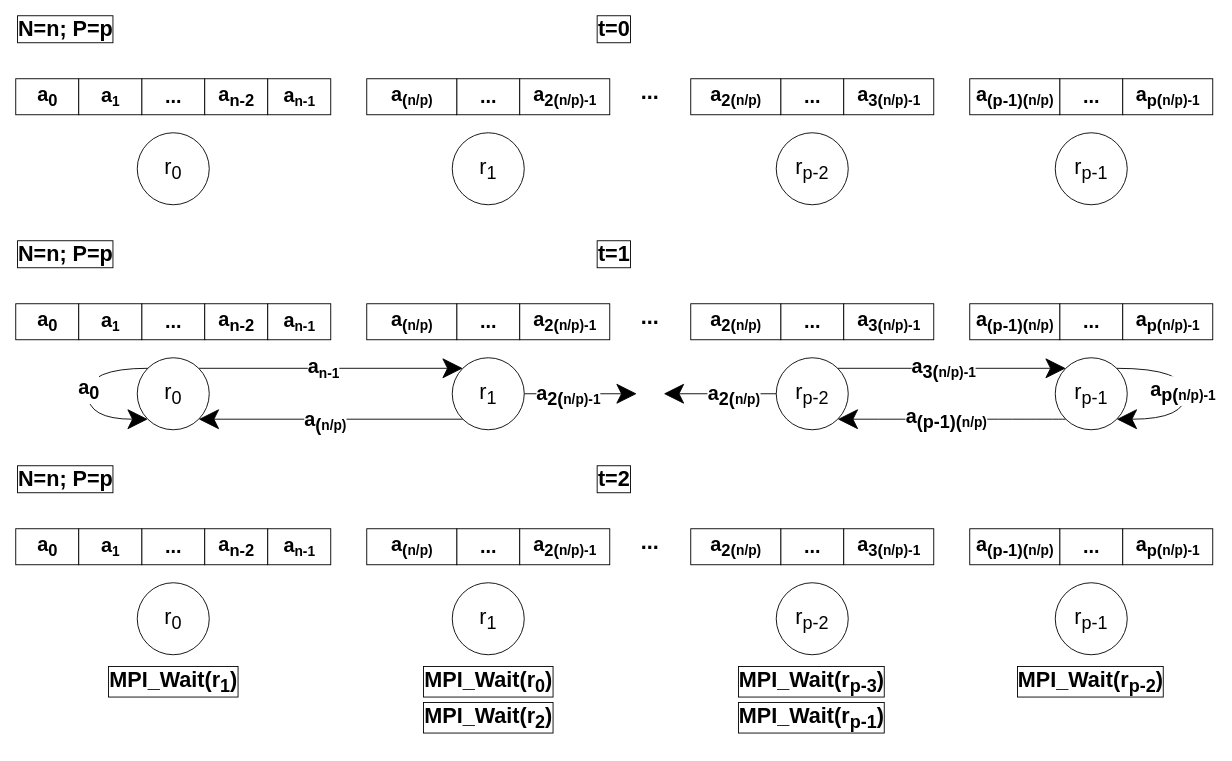
Before: page "Simple" (2 of 2) of proseminar/02/02_heat_stencil_1D/diagrams/parallelization_strategy.drawio in sebastianbergner/HPC_Stefan_Sebastian, a draw.io diagram. Source tidied: cells renumbered, new cells numbered last; positions are measured from the earlier drawing's top-left corner, leaving out a move shared by most shapes. Both pictures are drawn from the tidied source at 90%, with x=0, y=0 at pixel (15, 15).
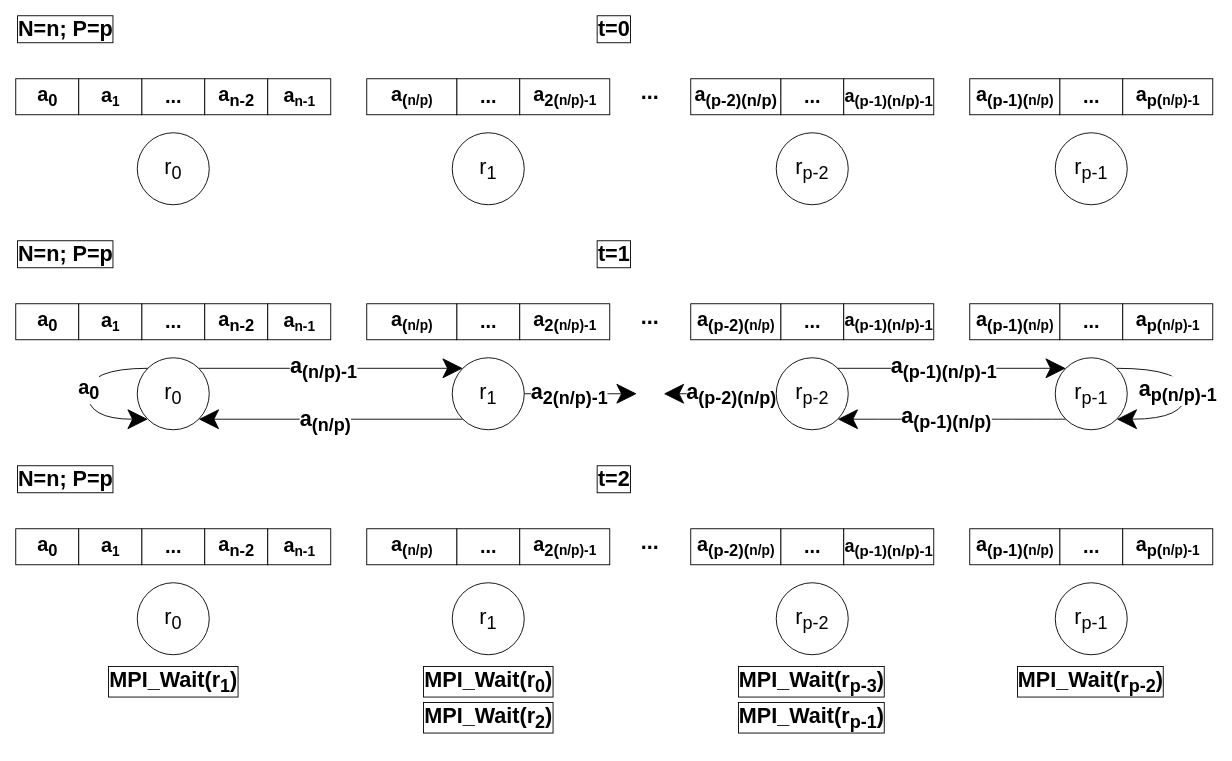
Above is the later version.

The change refers to these unchanged cells:
```xml
<mxCell id="2" style="group;" parent="1" vertex="1">
  <mxGeometry width="1330" height="210" as="geometry" />
</mxCell>
<mxCell id="25" style="group;" parent="1" vertex="1">
  <mxGeometry y="250" width="1330" height="250" as="geometry" />
</mxCell>
<mxCell id="38" style="rounded=0;jettySize=auto;html=1;exitX=1;exitY=0;exitDx=0;exitDy=0;entryX=0;entryY=0;entryDx=0;entryDy=0;fontSize=24;fontColor=default;endSize=20;" parent="25" edge="1" source="40" target="49">
  <mxGeometry relative="1" as="geometry" />
</mxCell>
<mxCell id="45" style="edgeStyle=none;rounded=0;jettySize=auto;html=1;exitX=1;exitY=0.5;exitDx=0;exitDy=0;fontSize=24;fontColor=default;endSize=20;" parent="25" edge="1" source="49">
  <mxGeometry relative="1" as="geometry">
    <mxPoint x="690" y="170" as="targetPoint" />
  </mxGeometry>
</mxCell>
<mxCell id="47" style="rounded=0;jettySize=auto;html=1;exitX=0;exitY=1;exitDx=0;exitDy=0;entryX=1;entryY=1;entryDx=0;entryDy=0;fontSize=24;fontColor=default;endSize=20;" parent="25" edge="1" source="49" target="40">
  <mxGeometry relative="1" as="geometry" />
</mxCell>
<mxCell id="52" value="&lt;font style=&quot;font-size: 24px;&quot;&gt;r&lt;sub style=&quot;&quot;&gt;p-2&lt;/sub&gt;&lt;/font&gt;" style="ellipse;whiteSpace=wrap;html=1;fontSize=24;" parent="25" vertex="1">
  <mxGeometry x="845" y="130" width="80" height="80" as="geometry" />
</mxCell>
<mxCell id="53" style="edgeStyle=orthogonalEdgeStyle;curved=1;rounded=0;jettySize=auto;html=1;exitX=0;exitY=1;exitDx=0;exitDy=0;entryX=1;entryY=1;entryDx=0;entryDy=0;fontSize=24;fontColor=default;endSize=20;" parent="25" edge="1" source="55" target="52">
  <mxGeometry relative="1" as="geometry" />
</mxCell>
<mxCell id="56" style="edgeStyle=orthogonalEdgeStyle;rounded=0;jettySize=auto;html=1;entryX=0;entryY=0;entryDx=0;entryDy=0;fontSize=24;endSize=20;exitX=1;exitY=0;exitDx=0;exitDy=0;" parent="25" edge="1" source="52" target="55">
  <mxGeometry relative="1" as="geometry" />
</mxCell>
<mxCell id="62" style="edgeStyle=orthogonalEdgeStyle;curved=1;rounded=0;orthogonalLoop=1;jettySize=auto;html=1;exitX=1;exitY=0;exitDx=0;exitDy=0;entryX=1;entryY=1;entryDx=0;entryDy=0;fontSize=24;fontColor=default;endSize=20;" parent="25" edge="1" source="55" target="55">
  <mxGeometry relative="1" as="geometry">
    <Array as="points">
      <mxPoint x="1300" y="142" />
      <mxPoint x="1300" y="198" />
      <mxPoint x="1223" y="198" />
    </Array>
  </mxGeometry>
</mxCell>
```

What changed in the source:
```diff
@@
-    <mxCell id="13" value="a&lt;sub&gt;2(&lt;/sub&gt;&lt;span style=&quot;font-size: 18.3333px;&quot;&gt;&lt;sub&gt;n/p)&lt;/sub&gt;&lt;/span&gt;" style="strokeWidth=1;fontStyle=1;html=1;fontSize=22;fontFamily=Helvetica;horizontal=1;" parent="2" vertex="1">
+    <mxCell id="13" value="&lt;font style=&quot;font-size: 22px;&quot;&gt;a&lt;sub&gt;(p-2)(&lt;/sub&gt;&lt;sub style=&quot;&quot;&gt;n/p)&lt;/sub&gt;&lt;/font&gt;" style="strokeWidth=1;fontStyle=1;html=1;fontSize=22;fontFamily=Helvetica;horizontal=1;" parent="2" vertex="1">
       <mxGeometry x="750" y="70" width="100" height="40" as="geometry" />
     </mxCell>
@@
-    <mxCell id="16" value="a&lt;sub&gt;3(&lt;/sub&gt;&lt;span style=&quot;font-size: 18.3333px;&quot;&gt;&lt;sub&gt;n/p)-1&lt;/sub&gt;&lt;/span&gt;" style="strokeWidth=1;fontStyle=1;html=1;fontSize=22;fontFamily=Helvetica;horizontal=1;" parent="2" vertex="1">
+    <mxCell id="16" value="&lt;font style=&quot;font-size: 20px;&quot;&gt;a&lt;sub&gt;(p-1)(&lt;/sub&gt;&lt;sub&gt;n/p)-1&lt;/sub&gt;&lt;/font&gt;" style="strokeWidth=1;fontStyle=1;html=1;fontSize=22;fontFamily=Helvetica;horizontal=1;" parent="2" vertex="1">
       <mxGeometry x="920" y="70" width="100" height="40" as="geometry" />
     </mxCell>
@@
-    <mxCell id="36" value="a&lt;sub&gt;2(&lt;/sub&gt;&lt;span style=&quot;font-size: 18.3333px;&quot;&gt;&lt;sub&gt;n/p)&lt;/sub&gt;&lt;/span&gt;" style="strokeWidth=1;fontStyle=1;html=1;fontSize=22;fontFamily=Helvetica;horizontal=1;" parent="25" vertex="1">
+    <mxCell id="36" value="a&lt;sub&gt;(p-2)(&lt;/sub&gt;&lt;span style=&quot;font-size: 18.3333px;&quot;&gt;&lt;sub&gt;n/p)&lt;/sub&gt;&lt;/span&gt;" style="strokeWidth=1;fontStyle=1;html=1;fontSize=22;fontFamily=Helvetica;horizontal=1;" parent="25" vertex="1">
       <mxGeometry x="750" y="70" width="100" height="40" as="geometry" />
     </mxCell>
@@
-    <mxCell id="39" value="&lt;span style=&quot;font-size: 22px; font-weight: 700;&quot;&gt;a&lt;/span&gt;&lt;span style=&quot;font-weight: 700; font-size: 18.3333px;&quot;&gt;&lt;sub&gt;n-1&lt;/sub&gt;&lt;/span&gt;" style="edgeLabel;html=1;align=center;verticalAlign=middle;fontSize=24;fontColor=default;" parent="38" vertex="1">
+    <mxCell id="39" value="&lt;font style=&quot;font-size: 24px;&quot;&gt;&lt;span style=&quot;font-weight: 700;&quot;&gt;a&lt;/span&gt;&lt;sub style=&quot;font-weight: 700;&quot;&gt;(&lt;/sub&gt;&lt;span style=&quot;font-weight: 700;&quot;&gt;&lt;sub&gt;n/p)-1&lt;/sub&gt;&lt;/span&gt;&lt;/font&gt;" style="edgeLabel;html=1;align=center;verticalAlign=middle;fontSize=24;fontColor=default;" parent="38" vertex="1">
       <mxGeometry x="-0.06" y="1" relative="1" as="geometry" />
     </mxCell>
@@
-    <mxCell id="41" value="a&lt;sub&gt;3(&lt;/sub&gt;&lt;span style=&quot;font-size: 18.3333px;&quot;&gt;&lt;sub&gt;n/p)-1&lt;/sub&gt;&lt;/span&gt;" style="strokeWidth=1;fontStyle=1;html=1;fontSize=22;fontFamily=Helvetica;horizontal=1;" parent="25" vertex="1">
+    <mxCell id="41" value="a&lt;sub&gt;(p-1)(&lt;/sub&gt;&lt;sub&gt;n/p)-1&lt;/sub&gt;" style="strokeWidth=1;fontStyle=1;html=1;fontSize=20;fontFamily=Helvetica;horizontal=1;" parent="25" vertex="1">
       <mxGeometry x="920" y="70" width="100" height="40" as="geometry" />
     </mxCell>
@@
-    <mxCell id="46" value="&lt;span style=&quot;font-size: 22px; font-weight: 700;&quot;&gt;a&lt;/span&gt;&lt;sub style=&quot;font-weight: 700;&quot;&gt;2(&lt;/sub&gt;&lt;span style=&quot;font-weight: 700; font-size: 18.3333px;&quot;&gt;&lt;sub&gt;n/p)-1&lt;/sub&gt;&lt;/span&gt;" style="edgeLabel;html=1;align=center;verticalAlign=middle;fontSize=24;fontColor=default;" parent="45" vertex="1">
-      <mxGeometry x="-0.23" relative="1" as="geometry" />
+    <mxCell id="46" value="&lt;font style=&quot;font-size: 24px;&quot;&gt;&lt;span style=&quot;font-weight: 700;&quot;&gt;a&lt;/span&gt;&lt;sub style=&quot;font-weight: 700;&quot;&gt;2(&lt;/sub&gt;&lt;span style=&quot;font-weight: 700;&quot;&gt;&lt;sub style=&quot;&quot;&gt;n/p)-1&lt;/sub&gt;&lt;/span&gt;&lt;/font&gt;" style="edgeLabel;html=1;align=center;verticalAlign=middle;fontSize=24;fontColor=default;" parent="45" vertex="1">
+      <mxGeometry x="-0.23" relative="1" as="geometry">
+        <mxPoint x="1" y="-1" as="offset" />
+      </mxGeometry>
     </mxCell>
@@
-    <mxCell id="48" value="&lt;span style=&quot;font-size: 22px; font-weight: 700;&quot;&gt;a&lt;/span&gt;&lt;sub style=&quot;font-weight: 700;&quot;&gt;(&lt;/sub&gt;&lt;span style=&quot;font-weight: 700; font-size: 18.3333px;&quot;&gt;&lt;sub&gt;n/p)&lt;/sub&gt;&lt;/span&gt;" style="edgeLabel;html=1;align=center;verticalAlign=middle;fontSize=24;fontColor=default;" parent="47" vertex="1">
+    <mxCell id="48" value="&lt;font style=&quot;font-size: 24px;&quot;&gt;&lt;span style=&quot;font-weight: 700;&quot;&gt;a&lt;/span&gt;&lt;sub style=&quot;font-weight: 700;&quot;&gt;(&lt;/sub&gt;&lt;span style=&quot;font-weight: 700;&quot;&gt;&lt;sub style=&quot;&quot;&gt;n/p)&lt;/sub&gt;&lt;/span&gt;&lt;/font&gt;" style="edgeLabel;html=1;align=center;verticalAlign=middle;fontSize=24;fontColor=default;" parent="47" vertex="1">
       <mxGeometry x="0.04" y="1" relative="1" as="geometry" />
     </mxCell>
@@
-    <mxCell id="50" style="edgeStyle=orthogonalEdgeStyle;curved=1;rounded=0;jettySize=auto;html=1;exitX=0;exitY=0.5;exitDx=0;exitDy=0;fontSize=24;fontColor=default;endSize=20;" parent="25" edge="1" source="52">
+    <mxCell id="50" style="rounded=0;jettySize=auto;html=1;exitX=0;exitY=0.5;exitDx=0;exitDy=0;fontSize=24;fontColor=default;endSize=20;" parent="25" edge="1" source="52">
       <mxGeometry relative="1" as="geometry">
         <mxPoint x="720" y="170" as="targetPoint" />
       </mxGeometry>
     </mxCell>
-    <mxCell id="51" value="&lt;span style=&quot;font-size: 22px; font-weight: 700;&quot;&gt;a&lt;/span&gt;&lt;sub style=&quot;font-weight: 700;&quot;&gt;2(&lt;/sub&gt;&lt;span style=&quot;font-weight: 700; font-size: 18.3333px;&quot;&gt;&lt;sub&gt;n/p)&lt;/sub&gt;&lt;/span&gt;" style="edgeLabel;html=1;align=center;verticalAlign=middle;fontSize=24;fontColor=default;" parent="50" vertex="1">
-      <mxGeometry x="-0.23" relative="1" as="geometry" />
+    <mxCell id="51" value="&lt;font style=&quot;font-size: 24px;&quot;&gt;&lt;span style=&quot;font-weight: 700;&quot;&gt;a&lt;/span&gt;&lt;sub style=&quot;font-weight: 700;&quot;&gt;(p-2)(&lt;/sub&gt;&lt;span style=&quot;font-weight: 700;&quot;&gt;&lt;sub style=&quot;&quot;&gt;n/p)&lt;/sub&gt;&lt;/span&gt;&lt;/font&gt;" style="edgeLabel;html=1;align=center;verticalAlign=middle;fontSize=24;fontColor=default;" parent="50" vertex="1">
+      <mxGeometry x="-0.23" relative="1" as="geometry">
+        <mxPoint x="-3" y="-1" as="offset" />
+      </mxGeometry>
     </mxCell>
@@
-    <mxCell id="54" value="&lt;span style=&quot;font-size: 22px; font-weight: 700;&quot;&gt;a&lt;/span&gt;&lt;sub style=&quot;font-weight: 700;&quot;&gt;(p-1)(&lt;/sub&gt;&lt;span style=&quot;font-weight: 700; font-size: 18.3333px;&quot;&gt;&lt;sub&gt;n/p)&lt;/sub&gt;&lt;/span&gt;" style="edgeLabel;html=1;align=center;verticalAlign=middle;fontSize=24;fontColor=default;" parent="53" vertex="1">
+    <mxCell id="54" value="&lt;font style=&quot;font-size: 24px;&quot;&gt;&lt;span style=&quot;font-weight: 700;&quot;&gt;a&lt;/span&gt;&lt;sub style=&quot;font-weight: 700;&quot;&gt;(p-1)(&lt;/sub&gt;&lt;span style=&quot;font-weight: 700;&quot;&gt;&lt;sub style=&quot;&quot;&gt;n/p)&lt;/sub&gt;&lt;/span&gt;&lt;/font&gt;" style="edgeLabel;html=1;align=center;verticalAlign=middle;fontSize=24;fontColor=default;" parent="53" vertex="1">
       <mxGeometry x="0.05" relative="1" as="geometry">
         <mxPoint y="-2" as="offset" />
       </mxGeometry>
     </mxCell>
@@
-    <mxCell id="57" value="&lt;span style=&quot;font-size: 22px; font-weight: 700;&quot;&gt;a&lt;/span&gt;&lt;sub style=&quot;font-weight: 700;&quot;&gt;3(&lt;/sub&gt;&lt;span style=&quot;font-weight: 700; font-size: 18.3333px;&quot;&gt;&lt;sub&gt;n/p)-1&lt;/sub&gt;&lt;/span&gt;" style="edgeLabel;html=1;align=center;verticalAlign=middle;fontSize=24;fontColor=default;" parent="56" vertex="1">
+    <mxCell id="57" value="&lt;font style=&quot;font-size: 24px;&quot;&gt;&lt;span style=&quot;font-weight: 700;&quot;&gt;a&lt;/span&gt;&lt;sub style=&quot;font-weight: 700;&quot;&gt;(p-1)(&lt;/sub&gt;&lt;sub style=&quot;font-weight: 700;&quot;&gt;n/p)-1&lt;/sub&gt;&lt;/font&gt;" style="edgeLabel;html=1;align=center;verticalAlign=middle;fontSize=24;fontColor=default;" parent="56" vertex="1">
       <mxGeometry x="-0.08" y="-1" relative="1" as="geometry">
         <mxPoint y="-2" as="offset" />
       </mxGeometry>
     </mxCell>
@@
-    <mxCell id="63" value="&lt;span style=&quot;font-size: 22px; font-weight: 700;&quot;&gt;a&lt;/span&gt;&lt;sub style=&quot;font-weight: 700;&quot;&gt;p(&lt;/sub&gt;&lt;span style=&quot;font-weight: 700; font-size: 18.3333px;&quot;&gt;&lt;sub&gt;n/p)-1&lt;/sub&gt;&lt;/span&gt;" style="edgeLabel;html=1;align=center;verticalAlign=middle;fontSize=24;fontColor=default;" parent="62" vertex="1">
+    <mxCell id="63" value="&lt;font style=&quot;font-size: 24px;&quot;&gt;&lt;span style=&quot;font-weight: 700;&quot;&gt;a&lt;/span&gt;&lt;sub style=&quot;font-weight: 700;&quot;&gt;p(&lt;/sub&gt;&lt;span style=&quot;font-weight: 700;&quot;&gt;&lt;sub style=&quot;&quot;&gt;n/p)-1&lt;/sub&gt;&lt;/span&gt;&lt;/font&gt;" style="edgeLabel;html=1;align=center;verticalAlign=middle;fontSize=24;fontColor=default;" parent="62" vertex="1">
       <mxGeometry relative="1" as="geometry">
-        <mxPoint x="-4" y="-3" as="offset" />
+        <mxPoint x="-10" y="-3" as="offset" />
       </mxGeometry>
     </mxCell>
@@
-    <mxCell id="74" value="a&lt;sub&gt;2(&lt;/sub&gt;&lt;span style=&quot;font-size: 18.3333px;&quot;&gt;&lt;sub&gt;n/p)&lt;/sub&gt;&lt;/span&gt;" style="strokeWidth=1;fontStyle=1;html=1;fontSize=22;fontFamily=Helvetica;horizontal=1;" parent="1" vertex="1">
+    <mxCell id="74" value="a&lt;sub&gt;(p-2)(&lt;/sub&gt;&lt;span style=&quot;font-size: 18.3333px;&quot;&gt;&lt;sub&gt;n/p)&lt;/sub&gt;&lt;/span&gt;" style="strokeWidth=1;fontStyle=1;html=1;fontSize=22;fontFamily=Helvetica;horizontal=1;" parent="1" vertex="1">
       <mxGeometry x="750" y="570" width="100" height="40" as="geometry" />
     </mxCell>
@@
-    <mxCell id="77" value="a&lt;sub&gt;3(&lt;/sub&gt;&lt;span style=&quot;font-size: 18.3333px;&quot;&gt;&lt;sub&gt;n/p)-1&lt;/sub&gt;&lt;/span&gt;" style="strokeWidth=1;fontStyle=1;html=1;fontSize=22;fontFamily=Helvetica;horizontal=1;" parent="1" vertex="1">
+    <mxCell id="77" value="&lt;font style=&quot;font-size: 20px;&quot;&gt;a&lt;sub&gt;(p-1)(&lt;/sub&gt;&lt;sub&gt;n/p)-1&lt;/sub&gt;&lt;/font&gt;" style="strokeWidth=1;fontStyle=1;html=1;fontSize=22;fontFamily=Helvetica;horizontal=1;" parent="1" vertex="1">
       <mxGeometry x="920" y="570" width="100" height="40" as="geometry" />
     </mxCell>
```
